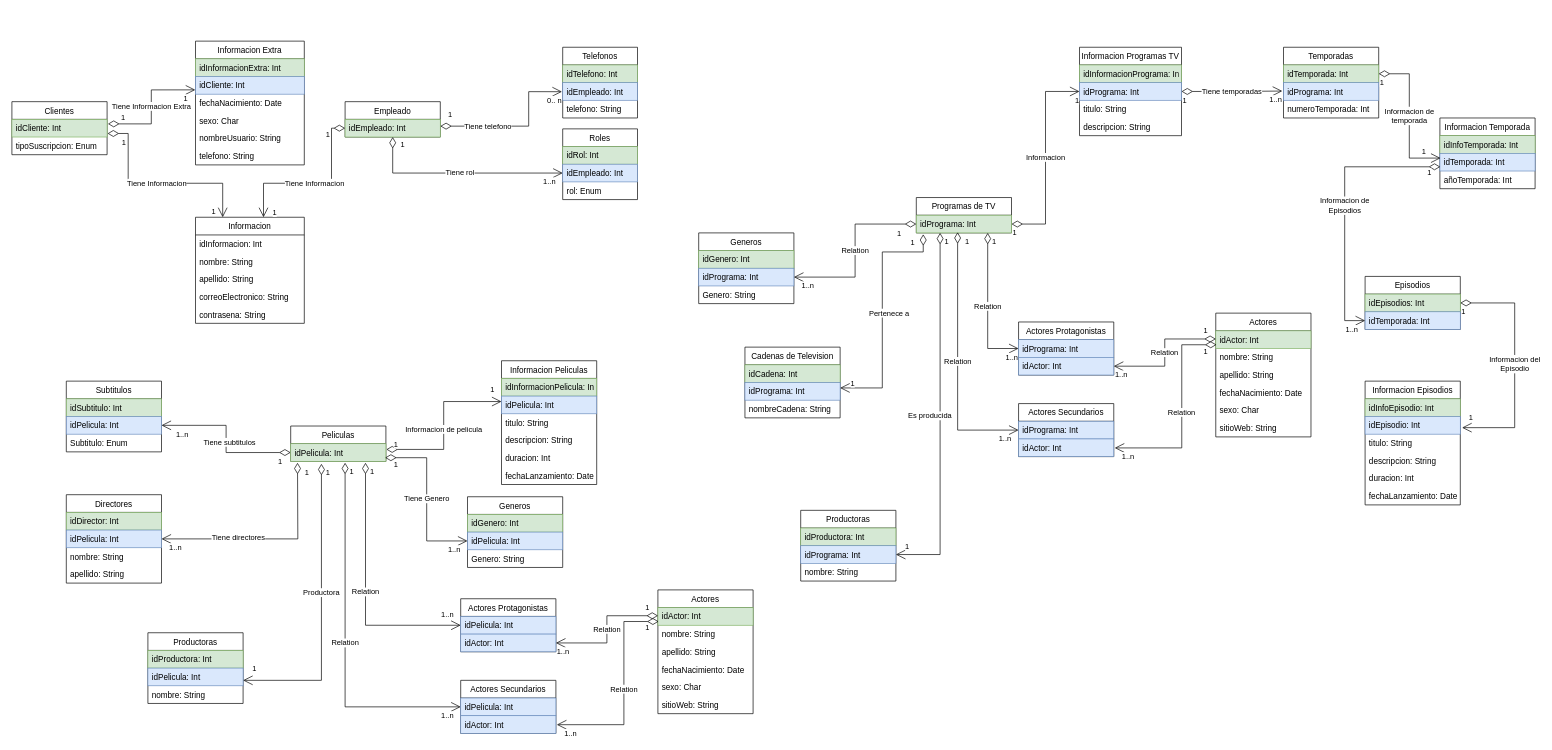
ignabelitzky/famaf keeps this draw.io diagram as basesDeDatos/laboratorios/p1_ej1.drawio. Above is the earlier version. Source tidied: cells renumbered, new cells numbered last; positions are measured from the earlier drawing's top-left corner, leaving out a move shared by most shapes. Both pictures are drawn from the tidied source at 68%, with x=0, y=0 at pixel (12, 41).
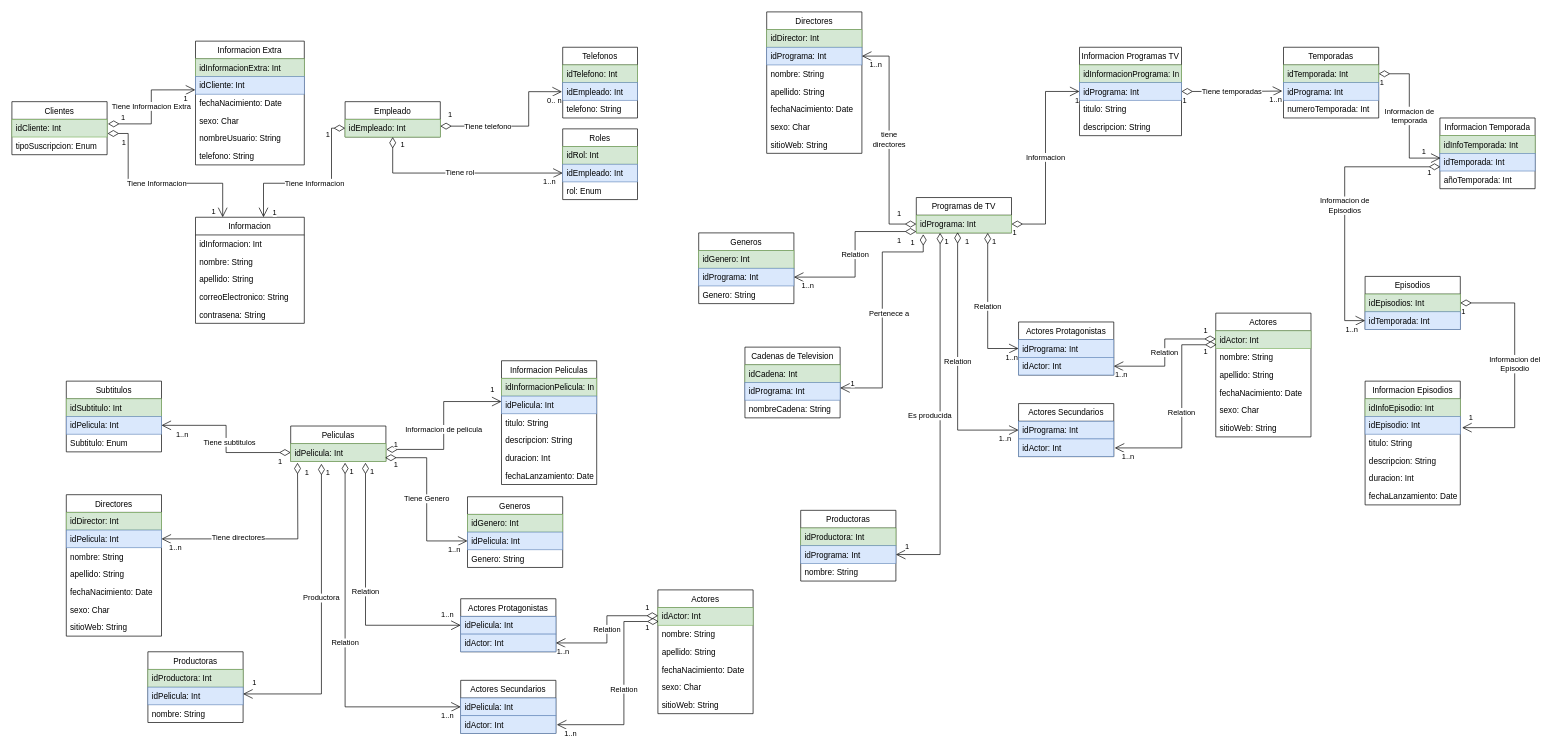
Above is the later version.

The change refers to these unchanged cells:
```xml
<mxCell id="44" value="idPelicula: Int" style="text;strokeColor=#82b366;fillColor=#d5e8d4;align=left;verticalAlign=top;spacingLeft=4;spacingRight=4;overflow=hidden;points=[[0,0.5],[1,0.5]];portConstraint=eastwest;" parent="43" vertex="1">
  <mxGeometry y="26" width="140" height="26" as="geometry" />
</mxCell>
<mxCell id="50" value="Programas de TV" style="swimlane;fontStyle=0;horizontal=1;startSize=26;fillColor=none;" parent="1" vertex="1">
  <mxGeometry x="1330" y="230" width="140" height="52" as="geometry" />
</mxCell>
<mxCell id="51" value="idPrograma: Int" style="text;strokeColor=#82b366;fillColor=#d5e8d4;align=left;verticalAlign=top;spacingLeft=4;spacingRight=4;overflow=hidden;points=[[0,0.5],[1,0.5]];portConstraint=eastwest;" parent="50" vertex="1">
  <mxGeometry y="26" width="140" height="26" as="geometry" />
</mxCell>
<mxCell id="131" value="idPrograma: Int" style="text;strokeColor=#6c8ebf;fillColor=#dae8fc;align=left;verticalAlign=top;spacingLeft=4;spacingRight=4;overflow=hidden;points=[[0,0.5],[1,0.5]];portConstraint=eastwest;" parent="129" vertex="1">
  <mxGeometry y="52" width="140" height="26" as="geometry" />
</mxCell>
```

Diff of the diagram source:
```diff
@@
     <mxCell id="95" value="Directores" style="swimlane;fontStyle=0;horizontal=1;startSize=26;fillColor=none;" parent="1" vertex="1">
-      <mxGeometry x="80" y="667" width="140" height="130" as="geometry" />
+      <mxGeometry x="80" y="667" width="140" height="208" as="geometry" />
     </mxCell>
@@
+    <mxCell id="195" value="fechaNacimiento: Date" style="text;strokeColor=none;fillColor=none;align=left;verticalAlign=top;spacingLeft=4;spacingRight=4;overflow=hidden;" parent="95" vertex="1">
+      <mxGeometry y="130" width="140" height="26" as="geometry" />
+    </mxCell>
+    <mxCell id="196" value="sexo: Char" style="text;strokeColor=none;fillColor=none;align=left;verticalAlign=top;spacingLeft=4;spacingRight=4;overflow=hidden;" parent="95" vertex="1">
+      <mxGeometry y="156" width="140" height="26" as="geometry" />
+    </mxCell>
+    <mxCell id="197" value="sitioWeb: String" style="text;strokeColor=none;fillColor=none;align=left;verticalAlign=top;spacingLeft=4;spacingRight=4;overflow=hidden;" parent="95" vertex="1">
+      <mxGeometry y="182" width="140" height="26" as="geometry" />
+    </mxCell>
@@
     <mxCell id="110" value="Productoras" style="swimlane;fontStyle=0;horizontal=1;startSize=26;fillColor=none;" parent="1" vertex="1">
-      <mxGeometry x="200" y="870" width="140" height="104" as="geometry" />
+      <mxGeometry x="200" y="898" width="140" height="104" as="geometry" />
     </mxCell>
@@
     <mxCell id="114" value="Productora" style="endArrow=open;html=1;endSize=12;startArrow=diamondThin;startSize=14;startFill=0;edgeStyle=orthogonalEdgeStyle;rounded=0;exitX=0.323;exitY=1.135;exitDx=0;exitDy=0;exitPerimeter=0;" parent="1" edge="1" source="44">
       <mxGeometry x="-0.13" relative="1" as="geometry">
-        <mxPoint x="340" y="940" as="targetPoint" />
+        <mxPoint x="340" y="960" as="targetPoint" />
         <Array as="points">
-          <mxPoint x="455" y="940" />
+          <mxPoint x="455" y="960" />
+          <mxPoint x="340" y="960" />
         </Array>
       </mxGeometry>
     </mxCell>
@@
-    <mxCell id="133" value="Relation" style="endArrow=open;html=1;endSize=12;startArrow=diamondThin;startSize=14;startFill=0;edgeStyle=orthogonalEdgeStyle;rounded=0;exitX=0;exitY=0.5;exitDx=0;exitDy=0;entryX=1;entryY=0.5;entryDx=0;entryDy=0;" parent="1" edge="1" source="51" target="131">
-      <mxGeometry relative="1" as="geometry" />
+    <mxCell id="133" value="Relation" style="endArrow=open;html=1;endSize=12;startArrow=diamondThin;startSize=14;startFill=0;edgeStyle=orthogonalEdgeStyle;rounded=0;entryX=1;entryY=0.5;entryDx=0;entryDy=0;" parent="1" edge="1" target="131">
+      <mxGeometry relative="1" as="geometry">
+        <mxPoint x="1330" y="280" as="sourcePoint" />
+        <Array as="points">
+          <mxPoint x="1330" y="280" />
+          <mxPoint x="1240" y="280" />
+          <mxPoint x="1240" y="347" />
+        </Array>
+      </mxGeometry>
     </mxCell>
@@
+    <mxCell id="198" value="Directores" style="swimlane;fontStyle=0;horizontal=1;startSize=26;fillColor=none;" parent="1" vertex="1">
+      <mxGeometry x="1110" y="-43" width="140" height="208" as="geometry" />
+    </mxCell>
+    <mxCell id="199" value="idDirector: Int" style="text;strokeColor=#82b366;fillColor=#d5e8d4;align=left;verticalAlign=top;spacingLeft=4;spacingRight=4;overflow=hidden;" parent="198" vertex="1">
+      <mxGeometry y="26" width="140" height="26" as="geometry" />
+    </mxCell>
+    <mxCell id="200" value="idPrograma: Int" style="text;strokeColor=#6c8ebf;fillColor=#dae8fc;align=left;verticalAlign=top;spacingLeft=4;spacingRight=4;overflow=hidden;points=[[0,0.5],[1,0.5]];portConstraint=eastwest;" parent="198" vertex="1">
+      <mxGeometry y="52" width="140" height="26" as="geometry" />
+    </mxCell>
+    <mxCell id="201" value="nombre: String" style="text;strokeColor=none;fillColor=none;align=left;verticalAlign=top;spacingLeft=4;spacingRight=4;overflow=hidden;" parent="198" vertex="1">
+      <mxGeometry y="78" width="140" height="26" as="geometry" />
+    </mxCell>
+    <mxCell id="202" value="apellido: String" style="text;strokeColor=none;fillColor=none;align=left;verticalAlign=top;spacingLeft=4;spacingRight=4;overflow=hidden;" parent="198" vertex="1">
+      <mxGeometry y="104" width="140" height="26" as="geometry" />
+    </mxCell>
+    <mxCell id="203" value="fechaNacimiento: Date" style="text;strokeColor=none;fillColor=none;align=left;verticalAlign=top;spacingLeft=4;spacingRight=4;overflow=hidden;" parent="198" vertex="1">
+      <mxGeometry y="130" width="140" height="26" as="geometry" />
+    </mxCell>
+    <mxCell id="204" value="sexo: Char" style="text;strokeColor=none;fillColor=none;align=left;verticalAlign=top;spacingLeft=4;spacingRight=4;overflow=hidden;" parent="198" vertex="1">
+      <mxGeometry y="156" width="140" height="26" as="geometry" />
+    </mxCell>
+    <mxCell id="205" value="sitioWeb: String" style="text;strokeColor=none;fillColor=none;align=left;verticalAlign=top;spacingLeft=4;spacingRight=4;overflow=hidden;" parent="198" vertex="1">
+      <mxGeometry y="182" width="140" height="26" as="geometry" />
+    </mxCell>
+    <mxCell id="206" value="tiene&lt;br&gt;directores" style="endArrow=open;html=1;endSize=12;startArrow=diamondThin;startSize=14;startFill=0;edgeStyle=orthogonalEdgeStyle;rounded=0;exitX=0;exitY=0.75;exitDx=0;exitDy=0;entryX=1;entryY=0.5;entryDx=0;entryDy=0;" parent="1" edge="1" source="50" target="200">
+      <mxGeometry relative="1" as="geometry" />
+    </mxCell>
+    <mxCell id="207" value="1" style="edgeLabel;html=1;align=left;verticalAlign=top;" parent="206" vertex="1">
+      <mxGeometry x="-1" relative="1" as="geometry">
+        <mxPoint x="-30" y="-29" as="offset" />
+      </mxGeometry>
+    </mxCell>
+    <mxCell id="208" value="1..n" style="edgeLabel;html=1;align=right;verticalAlign=top;" parent="206" vertex="1">
+      <mxGeometry x="1" relative="1" as="geometry">
+        <mxPoint x="30" as="offset" />
+      </mxGeometry>
+    </mxCell>
```
